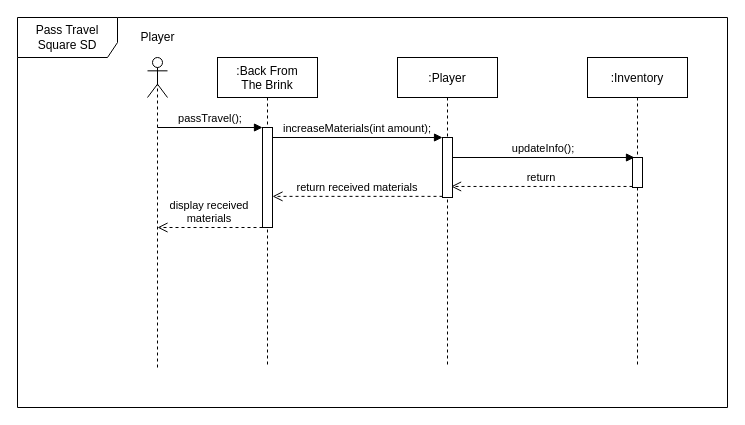
Earlier version of the draw.io diagram Documentation/Sequence Diagrams/Pass Travel Square SD (draft).drawio (cmcgarry5/csc2058-2021-g25). Source tidied: cells renumbered, new cells numbered last; positions are measured from the earlier drawing's top-left corner, leaving out a move shared by most shapes. Both pictures are drawn from the tidied source at 100%, with x=0, y=0 at pixel (17, 17).
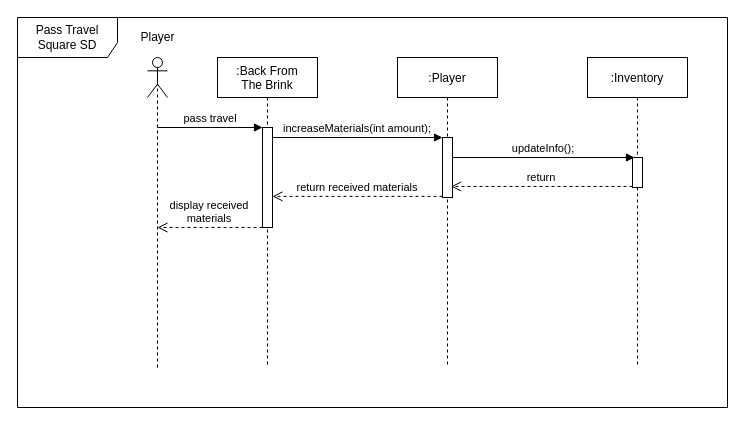
The same diagram, later.

Unchanged cells that the change refers to:
```xml
<mxCell id="4" style="points=[];perimeter=orthogonalPerimeter;rounded=0;shadow=0;strokeWidth=1;" parent="3" vertex="1">
  <mxGeometry x="45" y="70" width="10" height="100" as="geometry" />
</mxCell>
```

What changed in the source:
```diff
@@
-    <mxCell id="13" value="passTravel();" style="verticalAlign=bottom;endArrow=block;shadow=0;strokeWidth=1;" parent="1" edge="1" target="4">
+    <mxCell id="13" value="pass travel" style="verticalAlign=bottom;endArrow=block;shadow=0;strokeWidth=1;" parent="1" edge="1" target="4">
       <mxGeometry relative="1" as="geometry">
         <mxPoint x="140" y="110" as="sourcePoint" />
       </mxGeometry>
     </mxCell>
```
